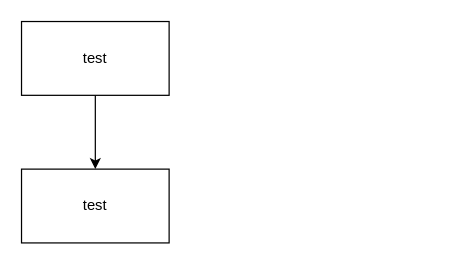
dongwook-chan/dongwook-chan.github.io keeps this draw.io diagram as _attachments/test.drawio. Above is the earlier version. Source tidied: cells renumbered, new cells numbered last; positions are measured from the earlier drawing's top-left corner, leaving out a move shared by most shapes. Both pictures are drawn from the tidied source at 123%, with x=0, y=0 at pixel (21, 21).
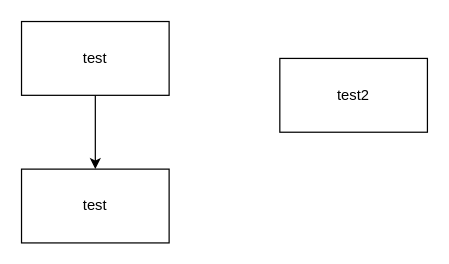
The same page after the edit.

Change to the diagram source:
```diff
@@
 <mxGraphModel>
   <root>
     <mxCell id="0" />
     <mxCell id="1" parent="0" />
     <mxCell id="2" style="edgeStyle=orthogonalEdgeStyle;rounded=0;jettySize=auto;html=1;exitX=0.5;exitY=1;exitDx=0;exitDy=0;entryX=0.5;entryY=0;entryDx=0;entryDy=0;" parent="1" edge="1" source="3" target="4">
       <mxGeometry relative="1" as="geometry" />
     </mxCell>
     <mxCell id="3" value="test" style="rounded=0;whiteSpace=wrap;html=1;" parent="1" vertex="1">
       <mxGeometry width="120" height="60" as="geometry" />
     </mxCell>
     <mxCell id="4" value="test" style="rounded=0;whiteSpace=wrap;html=1;" parent="1" vertex="1">
       <mxGeometry y="120" width="120" height="60" as="geometry" />
     </mxCell>
+    <mxCell id="5" value="test2" style="rounded=0;whiteSpace=wrap;html=1;" parent="1" vertex="1">
+      <mxGeometry x="210" y="30" width="120" height="60" as="geometry" />
+    </mxCell>
   </root>
 </mxGraphModel>
```
